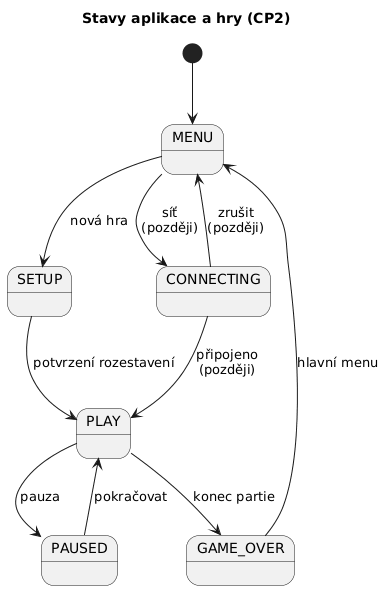
This is Dokumentace/out/state-game.png from vladimirzubkov/sem-pjv-arimaa, a PlantUML export, as it was before one commit. The source it was exported from:
```plantuml
@startuml state-game
title Stavy aplikace a hry (CP2)

[*] --> MENU

MENU --> SETUP : nová hra
MENU --> CONNECTING : síť\n(později)
SETUP --> PLAY : potvrzení rozestavení
PLAY --> PAUSED : pauza
PAUSED --> PLAY : pokračovat
PLAY --> GAME_OVER : konec partie
GAME_OVER --> MENU : hlavní menu

CONNECTING --> PLAY : připojeno\n(později)
CONNECTING --> MENU : zrušit\n(později)

@enduml
```
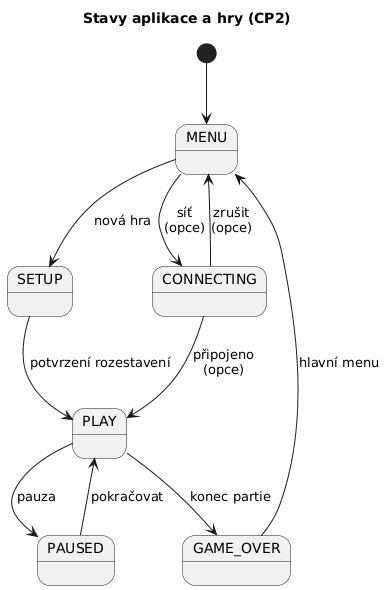
Above is the later version.

Commit message:
Dokumentace: diagram balíčků, stavy (opce), README (model, zadani/)

Diff of the diagram source:
```diff
@@ -4,14 +4,14 @@
 [*] --> MENU
 
 MENU --> SETUP : nová hra
-MENU --> CONNECTING : síť\n(později)
+MENU --> CONNECTING : síť\n(opce)
 SETUP --> PLAY : potvrzení rozestavení
 PLAY --> PAUSED : pauza
 PAUSED --> PLAY : pokračovat
 PLAY --> GAME_OVER : konec partie
 GAME_OVER --> MENU : hlavní menu
 
-CONNECTING --> PLAY : připojeno\n(později)
-CONNECTING --> MENU : zrušit\n(později)
+CONNECTING --> PLAY : připojeno\n(opce)
+CONNECTING --> MENU : zrušit\n(opce)
 
 @enduml
```
